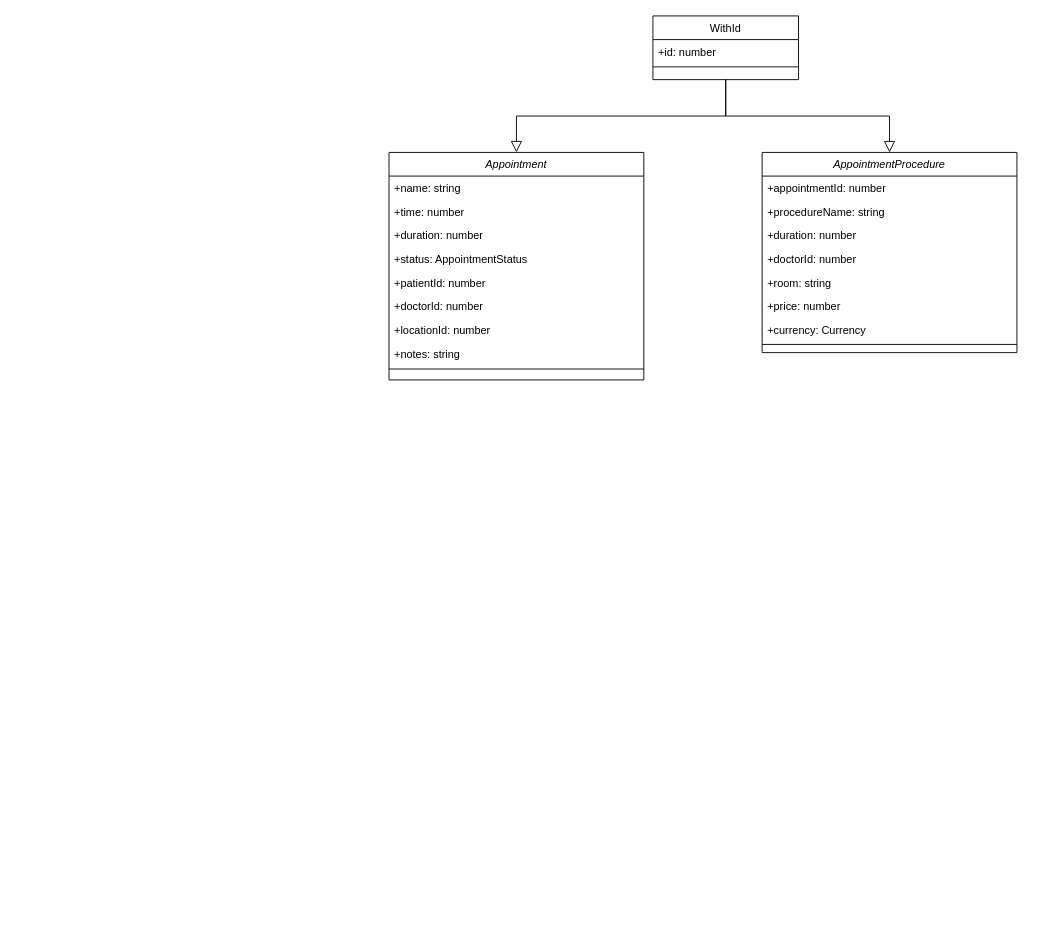
This is Untitled Diagram.drawio from arturyumaev/Bachelor-Diploma-Docs, a draw.io file, before an edit. Source tidied: cells renumbered, new cells numbered last; positions are measured from the earlier drawing's top-left corner, leaving out a move shared by most shapes. Both pictures are drawn from the tidied source at 91%, with x=0, y=0 at pixel (389, 15).
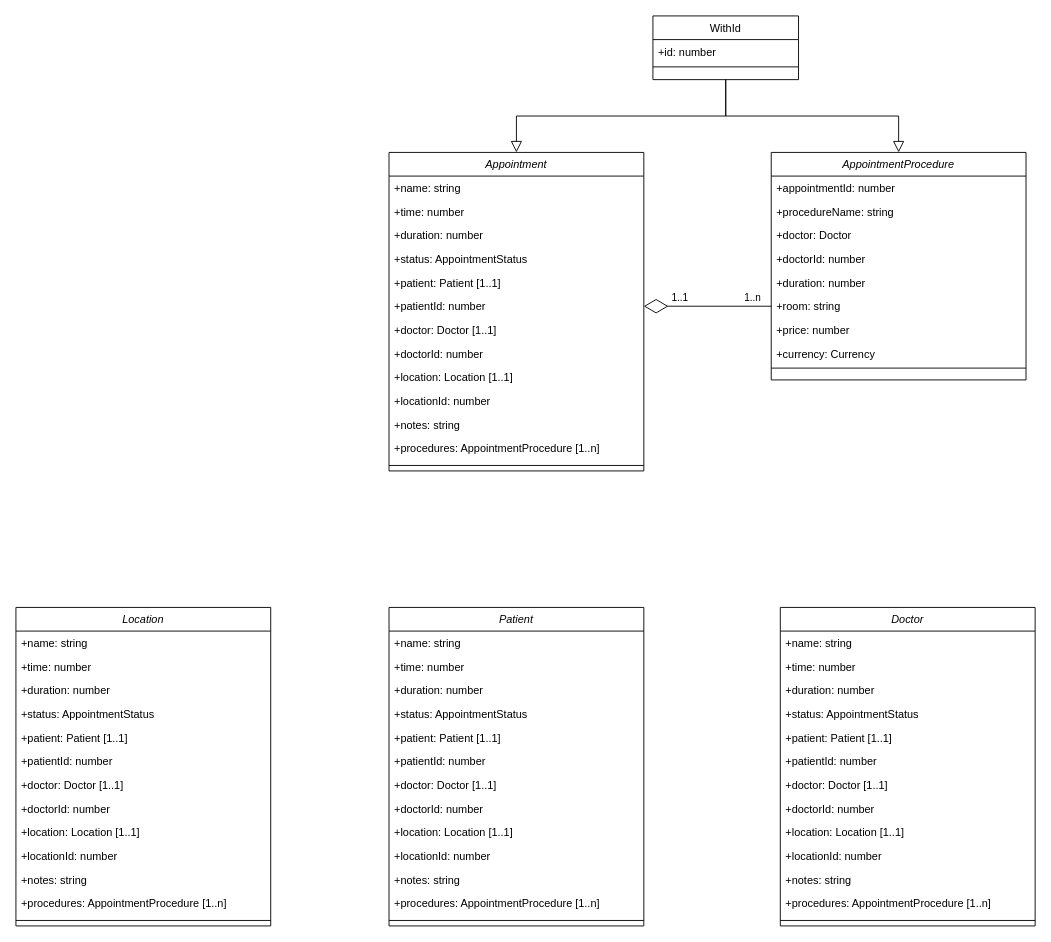
The same page after the edit.

What changed in the source:
```diff
@@
     <mxCell id="2" value="Appointment" style="swimlane;fontStyle=2;align=center;verticalAlign=top;horizontal=1;startSize=26;rounded=0;shadow=0;strokeWidth=1;" parent="1" vertex="1">
-      <mxGeometry y="150" width="280" height="250" as="geometry" />
+      <mxGeometry y="150" width="280" height="350" as="geometry" />
     </mxCell>
@@
+    <mxCell id="26" value="+patient: Patient [1..1]" style="text;align=left;verticalAlign=top;spacingLeft=4;spacingRight=4;overflow=hidden;rounded=0;shadow=0;html=0;" parent="2" vertex="1">
+      <mxGeometry y="130" width="280" height="26" as="geometry" />
+    </mxCell>
     <mxCell id="7" value="+patientId: number" style="text;align=left;verticalAlign=top;spacingLeft=4;spacingRight=4;overflow=hidden;points=[[0,0.5],[1,0.5]];portConstraint=eastwest;rounded=0;shadow=0;html=0;" parent="2" vertex="1">
-      <mxGeometry y="130" width="280" height="26" as="geometry" />
+      <mxGeometry y="156" width="280" height="26" as="geometry" />
     </mxCell>
-    <mxCell id="8" value="+doctorId: number" style="text;align=left;verticalAlign=top;spacingLeft=4;spacingRight=4;overflow=hidden;rounded=0;shadow=0;html=0;" parent="2" vertex="1">
-      <mxGeometry y="156" width="280" height="26" as="geometry" />
+    <mxCell id="8" value="+doctor: Doctor [1..1]" style="text;align=left;verticalAlign=top;spacingLeft=4;spacingRight=4;overflow=hidden;rounded=0;shadow=0;html=0;" parent="2" vertex="1">
+      <mxGeometry y="182" width="280" height="26" as="geometry" />
     </mxCell>
+    <mxCell id="27" value="+doctorId: number" style="text;align=left;verticalAlign=top;spacingLeft=4;spacingRight=4;overflow=hidden;rounded=0;shadow=0;html=0;" parent="2" vertex="1">
+      <mxGeometry y="208" width="280" height="26" as="geometry" />
+    </mxCell>
+    <mxCell id="28" value="+location: Location [1..1]" style="text;align=left;verticalAlign=top;spacingLeft=4;spacingRight=4;overflow=hidden;rounded=0;shadow=0;html=0;" parent="2" vertex="1">
+      <mxGeometry y="234" width="280" height="26" as="geometry" />
+    </mxCell>
     <mxCell id="9" value="+locationId: number" style="text;align=left;verticalAlign=top;spacingLeft=4;spacingRight=4;overflow=hidden;rounded=0;shadow=0;html=0;" parent="2" vertex="1">
-      <mxGeometry y="182" width="280" height="26" as="geometry" />
+      <mxGeometry y="260" width="280" height="26" as="geometry" />
     </mxCell>
     <mxCell id="10" value="+notes: string" style="text;align=left;verticalAlign=top;spacingLeft=4;spacingRight=4;overflow=hidden;rounded=0;shadow=0;html=0;" parent="2" vertex="1">
-      <mxGeometry y="208" width="280" height="26" as="geometry" />
+      <mxGeometry y="286" width="280" height="26" as="geometry" />
     </mxCell>
+    <mxCell id="29" value="+procedures: AppointmentProcedure [1..n]" style="text;align=left;verticalAlign=top;spacingLeft=4;spacingRight=4;overflow=hidden;rounded=0;shadow=0;html=0;" parent="2" vertex="1">
+      <mxGeometry y="312" width="280" height="26" as="geometry" />
+    </mxCell>
     <mxCell id="11" style="line;html=1;strokeWidth=1;align=left;verticalAlign=middle;spacingTop=-1;spacingLeft=3;spacingRight=3;labelPosition=right;" parent="2" vertex="1">
-      <mxGeometry y="234" width="280" height="8" as="geometry" />
+      <mxGeometry y="338" width="280" height="12" as="geometry" />
     </mxCell>
@@
     <mxCell id="16" value="AppointmentProcedure" style="swimlane;fontStyle=2;align=center;verticalAlign=top;horizontal=1;startSize=26;rounded=0;shadow=0;strokeWidth=1;" parent="1" vertex="1">
-      <mxGeometry x="410" y="150" width="280" height="220" as="geometry" />
+      <mxGeometry x="420" y="150" width="280" height="250" as="geometry" />
     </mxCell>
@@
+    <mxCell id="30" value="+doctor: Doctor" style="text;align=left;verticalAlign=top;spacingLeft=4;spacingRight=4;overflow=hidden;rounded=0;shadow=0;html=0;" parent="16" vertex="1">
+      <mxGeometry y="78" width="280" height="26" as="geometry" />
+    </mxCell>
+    <mxCell id="20" value="+doctorId: number" style="text;align=left;verticalAlign=top;spacingLeft=4;spacingRight=4;overflow=hidden;rounded=0;shadow=0;html=0;" parent="16" vertex="1">
+      <mxGeometry y="104" width="280" height="26" as="geometry" />
+    </mxCell>
     <mxCell id="19" value="+duration: number" style="text;align=left;verticalAlign=top;spacingLeft=4;spacingRight=4;overflow=hidden;rounded=0;shadow=0;html=0;" parent="16" vertex="1">
-      <mxGeometry y="78" width="280" height="26" as="geometry" />
+      <mxGeometry y="130" width="280" height="26" as="geometry" />
     </mxCell>
-    <mxCell id="20" value="+doctorId: number" style="text;align=left;verticalAlign=top;spacingLeft=4;spacingRight=4;overflow=hidden;rounded=0;shadow=0;html=0;" parent="16" vertex="1">
-      <mxGeometry y="104" width="280" height="26" as="geometry" />
-    </mxCell>
     <mxCell id="21" value="+room: string" style="text;align=left;verticalAlign=top;spacingLeft=4;spacingRight=4;overflow=hidden;points=[[0,0.5],[1,0.5]];portConstraint=eastwest;rounded=0;shadow=0;html=0;" parent="16" vertex="1">
-      <mxGeometry y="130" width="280" height="26" as="geometry" />
+      <mxGeometry y="156" width="280" height="26" as="geometry" />
     </mxCell>
     <mxCell id="22" value="+price: number" style="text;align=left;verticalAlign=top;spacingLeft=4;spacingRight=4;overflow=hidden;rounded=0;shadow=0;html=0;" parent="16" vertex="1">
-      <mxGeometry y="156" width="280" height="26" as="geometry" />
+      <mxGeometry y="182" width="280" height="26" as="geometry" />
     </mxCell>
     <mxCell id="23" value="+currency: Currency" style="text;align=left;verticalAlign=top;spacingLeft=4;spacingRight=4;overflow=hidden;rounded=0;shadow=0;html=0;" parent="16" vertex="1">
-      <mxGeometry y="182" width="280" height="26" as="geometry" />
+      <mxGeometry y="208" width="280" height="26" as="geometry" />
     </mxCell>
     <mxCell id="24" style="line;html=1;strokeWidth=1;align=left;verticalAlign=middle;spacingTop=-1;spacingLeft=3;spacingRight=3;labelPosition=right;" parent="16" vertex="1">
-      <mxGeometry y="208" width="280" height="6" as="geometry" />
+      <mxGeometry y="234" width="280" height="6" as="geometry" />
     </mxCell>
@@
+    <mxCell id="31" style="endArrow=diamondThin;endFill=0;endSize=24;html=1;strokeColor=#000000;strokeWidth=1;fontSize=11;exitX=0;exitY=0.5;exitDx=0;exitDy=0;entryX=1;entryY=0.5;entryDx=0;entryDy=0;" parent="1" edge="1" source="21" target="7">
+      <mxGeometry relative="1" as="geometry" />
+    </mxCell>
+    <mxCell id="32" value="1..1" style="text;html=1;strokeColor=none;fillColor=none;align=center;verticalAlign=middle;whiteSpace=wrap;rounded=0;fontSize=11;" parent="1" vertex="1">
+      <mxGeometry x="300" y="300" width="40" height="20" as="geometry" />
+    </mxCell>
+    <mxCell id="33" value="1..n" style="text;html=1;strokeColor=none;fillColor=none;align=center;verticalAlign=middle;whiteSpace=wrap;rounded=0;fontSize=11;" parent="1" vertex="1">
+      <mxGeometry x="380" y="300" width="40" height="20" as="geometry" />
+    </mxCell>
+    <mxCell id="34" value="Patient" style="swimlane;fontStyle=2;align=center;verticalAlign=top;horizontal=1;startSize=26;rounded=0;shadow=0;strokeWidth=1;" parent="1" vertex="1">
+      <mxGeometry y="650" width="280" height="350" as="geometry" />
+    </mxCell>
+    <mxCell id="35" value="+name: string" style="text;align=left;verticalAlign=top;spacingLeft=4;spacingRight=4;overflow=hidden;" parent="34" vertex="1">
+      <mxGeometry y="26" width="280" height="26" as="geometry" />
+    </mxCell>
+    <mxCell id="36" value="+time: number" style="text;align=left;verticalAlign=top;spacingLeft=4;spacingRight=4;overflow=hidden;rounded=0;shadow=0;html=0;" parent="34" vertex="1">
+      <mxGeometry y="52" width="280" height="26" as="geometry" />
+    </mxCell>
+    <mxCell id="37" value="+duration: number" style="text;align=left;verticalAlign=top;spacingLeft=4;spacingRight=4;overflow=hidden;rounded=0;shadow=0;html=0;" parent="34" vertex="1">
+      <mxGeometry y="78" width="280" height="26" as="geometry" />
+    </mxCell>
+    <mxCell id="38" value="+status: AppointmentStatus" style="text;align=left;verticalAlign=top;spacingLeft=4;spacingRight=4;overflow=hidden;rounded=0;shadow=0;html=0;" parent="34" vertex="1">
+      <mxGeometry y="104" width="280" height="26" as="geometry" />
+    </mxCell>
+    <mxCell id="39" value="+patient: Patient [1..1]" style="text;align=left;verticalAlign=top;spacingLeft=4;spacingRight=4;overflow=hidden;rounded=0;shadow=0;html=0;" parent="34" vertex="1">
+      <mxGeometry y="130" width="280" height="26" as="geometry" />
+    </mxCell>
+    <mxCell id="40" value="+patientId: number" style="text;align=left;verticalAlign=top;spacingLeft=4;spacingRight=4;overflow=hidden;rounded=0;shadow=0;html=0;" parent="34" vertex="1">
+      <mxGeometry y="156" width="280" height="26" as="geometry" />
+    </mxCell>
+    <mxCell id="41" value="+doctor: Doctor [1..1]" style="text;align=left;verticalAlign=top;spacingLeft=4;spacingRight=4;overflow=hidden;rounded=0;shadow=0;html=0;" parent="34" vertex="1">
+      <mxGeometry y="182" width="280" height="26" as="geometry" />
+    </mxCell>
+    <mxCell id="42" value="+doctorId: number" style="text;align=left;verticalAlign=top;spacingLeft=4;spacingRight=4;overflow=hidden;rounded=0;shadow=0;html=0;" parent="34" vertex="1">
+      <mxGeometry y="208" width="280" height="26" as="geometry" />
+    </mxCell>
+    <mxCell id="43" value="+location: Location [1..1]" style="text;align=left;verticalAlign=top;spacingLeft=4;spacingRight=4;overflow=hidden;rounded=0;shadow=0;html=0;" parent="34" vertex="1">
+      <mxGeometry y="234" width="280" height="26" as="geometry" />
+    </mxCell>
+    <mxCell id="44" value="+locationId: number" style="text;align=left;verticalAlign=top;spacingLeft=4;spacingRight=4;overflow=hidden;rounded=0;shadow=0;html=0;" parent="34" vertex="1">
+      <mxGeometry y="260" width="280" height="26" as="geometry" />
+    </mxCell>
+    <mxCell id="45" value="+notes: string" style="text;align=left;verticalAlign=top;spacingLeft=4;spacingRight=4;overflow=hidden;rounded=0;shadow=0;html=0;" parent="34" vertex="1">
+      <mxGeometry y="286" width="280" height="26" as="geometry" />
+    </mxCell>
+    <mxCell id="46" value="+procedures: AppointmentProcedure [1..n]" style="text;align=left;verticalAlign=top;spacingLeft=4;spacingRight=4;overflow=hidden;rounded=0;shadow=0;html=0;" parent="34" vertex="1">
+      <mxGeometry y="312" width="280" height="26" as="geometry" />
+    </mxCell>
+    <mxCell id="47" style="line;html=1;strokeWidth=1;align=left;verticalAlign=middle;spacingTop=-1;spacingLeft=3;spacingRight=3;labelPosition=right;" parent="34" vertex="1">
+      <mxGeometry y="338" width="280" height="12" as="geometry" />
+    </mxCell>
+    <mxCell id="48" value="Doctor" style="swimlane;fontStyle=2;align=center;verticalAlign=top;horizontal=1;startSize=26;rounded=0;shadow=0;strokeWidth=1;" parent="1" vertex="1">
+      <mxGeometry x="430" y="650" width="280" height="350" as="geometry" />
+    </mxCell>
+    <mxCell id="49" value="+name: string" style="text;align=left;verticalAlign=top;spacingLeft=4;spacingRight=4;overflow=hidden;" parent="48" vertex="1">
+      <mxGeometry y="26" width="280" height="26" as="geometry" />
+    </mxCell>
+    <mxCell id="50" value="+time: number" style="text;align=left;verticalAlign=top;spacingLeft=4;spacingRight=4;overflow=hidden;rounded=0;shadow=0;html=0;" parent="48" vertex="1">
+      <mxGeometry y="52" width="280" height="26" as="geometry" />
+    </mxCell>
+    <mxCell id="51" value="+duration: number" style="text;align=left;verticalAlign=top;spacingLeft=4;spacingRight=4;overflow=hidden;rounded=0;shadow=0;html=0;" parent="48" vertex="1">
+      <mxGeometry y="78" width="280" height="26" as="geometry" />
+    </mxCell>
+    <mxCell id="52" value="+status: AppointmentStatus" style="text;align=left;verticalAlign=top;spacingLeft=4;spacingRight=4;overflow=hidden;rounded=0;shadow=0;html=0;" parent="48" vertex="1">
+      <mxGeometry y="104" width="280" height="26" as="geometry" />
+    </mxCell>
+    <mxCell id="53" value="+patient: Patient [1..1]" style="text;align=left;verticalAlign=top;spacingLeft=4;spacingRight=4;overflow=hidden;rounded=0;shadow=0;html=0;" parent="48" vertex="1">
+      <mxGeometry y="130" width="280" height="26" as="geometry" />
+    </mxCell>
+    <mxCell id="54" value="+patientId: number" style="text;align=left;verticalAlign=top;spacingLeft=4;spacingRight=4;overflow=hidden;rounded=0;shadow=0;html=0;" parent="48" vertex="1">
+      <mxGeometry y="156" width="280" height="26" as="geometry" />
+    </mxCell>
+    <mxCell id="55" value="+doctor: Doctor [1..1]" style="text;align=left;verticalAlign=top;spacingLeft=4;spacingRight=4;overflow=hidden;rounded=0;shadow=0;html=0;" parent="48" vertex="1">
+      <mxGeometry y="182" width="280" height="26" as="geometry" />
+    </mxCell>
+    <mxCell id="56" value="+doctorId: number" style="text;align=left;verticalAlign=top;spacingLeft=4;spacingRight=4;overflow=hidden;rounded=0;shadow=0;html=0;" parent="48" vertex="1">
+      <mxGeometry y="208" width="280" height="26" as="geometry" />
+    </mxCell>
+    <mxCell id="57" value="+location: Location [1..1]" style="text;align=left;verticalAlign=top;spacingLeft=4;spacingRight=4;overflow=hidden;rounded=0;shadow=0;html=0;" parent="48" vertex="1">
+      <mxGeometry y="234" width="280" height="26" as="geometry" />
+    </mxCell>
+    <mxCell id="58" value="+locationId: number" style="text;align=left;verticalAlign=top;spacingLeft=4;spacingRight=4;overflow=hidden;rounded=0;shadow=0;html=0;" parent="48" vertex="1">
+      <mxGeometry y="260" width="280" height="26" as="geometry" />
+    </mxCell>
+    <mxCell id="59" value="+notes: string" style="text;align=left;verticalAlign=top;spacingLeft=4;spacingRight=4;overflow=hidden;rounded=0;shadow=0;html=0;" parent="48" vertex="1">
+      <mxGeometry y="286" width="280" height="26" as="geometry" />
+    </mxCell>
+    <mxCell id="60" value="+procedures: AppointmentProcedure [1..n]" style="text;align=left;verticalAlign=top;spacingLeft=4;spacingRight=4;overflow=hidden;rounded=0;shadow=0;html=0;" parent="48" vertex="1">
+      <mxGeometry y="312" width="280" height="26" as="geometry" />
+    </mxCell>
+    <mxCell id="61" style="line;html=1;strokeWidth=1;align=left;verticalAlign=middle;spacingTop=-1;spacingLeft=3;spacingRight=3;labelPosition=right;" parent="48" vertex="1">
+      <mxGeometry y="338" width="280" height="12" as="geometry" />
+    </mxCell>
+    <mxCell id="62" value="Location" style="swimlane;fontStyle=2;align=center;verticalAlign=top;horizontal=1;startSize=26;rounded=0;shadow=0;strokeWidth=1;" parent="1" vertex="1">
+      <mxGeometry x="-410" y="650" width="280" height="350" as="geometry" />
+    </mxCell>
+    <mxCell id="63" value="+name: string" style="text;align=left;verticalAlign=top;spacingLeft=4;spacingRight=4;overflow=hidden;" parent="62" vertex="1">
+      <mxGeometry y="26" width="280" height="26" as="geometry" />
+    </mxCell>
+    <mxCell id="64" value="+time: number" style="text;align=left;verticalAlign=top;spacingLeft=4;spacingRight=4;overflow=hidden;rounded=0;shadow=0;html=0;" parent="62" vertex="1">
+      <mxGeometry y="52" width="280" height="26" as="geometry" />
+    </mxCell>
+    <mxCell id="65" value="+duration: number" style="text;align=left;verticalAlign=top;spacingLeft=4;spacingRight=4;overflow=hidden;rounded=0;shadow=0;html=0;" parent="62" vertex="1">
+      <mxGeometry y="78" width="280" height="26" as="geometry" />
+    </mxCell>
+    <mxCell id="66" value="+status: AppointmentStatus" style="text;align=left;verticalAlign=top;spacingLeft=4;spacingRight=4;overflow=hidden;rounded=0;shadow=0;html=0;" parent="62" vertex="1">
+      <mxGeometry y="104" width="280" height="26" as="geometry" />
+    </mxCell>
+    <mxCell id="67" value="+patient: Patient [1..1]" style="text;align=left;verticalAlign=top;spacingLeft=4;spacingRight=4;overflow=hidden;rounded=0;shadow=0;html=0;" parent="62" vertex="1">
+      <mxGeometry y="130" width="280" height="26" as="geometry" />
+    </mxCell>
+    <mxCell id="68" value="+patientId: number" style="text;align=left;verticalAlign=top;spacingLeft=4;spacingRight=4;overflow=hidden;rounded=0;shadow=0;html=0;" parent="62" vertex="1">
+      <mxGeometry y="156" width="280" height="26" as="geometry" />
+    </mxCell>
+    <mxCell id="69" value="+doctor: Doctor [1..1]" style="text;align=left;verticalAlign=top;spacingLeft=4;spacingRight=4;overflow=hidden;rounded=0;shadow=0;html=0;" parent="62" vertex="1">
+      <mxGeometry y="182" width="280" height="26" as="geometry" />
+    </mxCell>
+    <mxCell id="70" value="+doctorId: number" style="text;align=left;verticalAlign=top;spacingLeft=4;spacingRight=4;overflow=hidden;rounded=0;shadow=0;html=0;" parent="62" vertex="1">
+      <mxGeometry y="208" width="280" height="26" as="geometry" />
+    </mxCell>
+    <mxCell id="71" value="+location: Location [1..1]" style="text;align=left;verticalAlign=top;spacingLeft=4;spacingRight=4;overflow=hidden;rounded=0;shadow=0;html=0;" parent="62" vertex="1">
+      <mxGeometry y="234" width="280" height="26" as="geometry" />
+    </mxCell>
+    <mxCell id="72" value="+locationId: number" style="text;align=left;verticalAlign=top;spacingLeft=4;spacingRight=4;overflow=hidden;rounded=0;shadow=0;html=0;" parent="62" vertex="1">
+      <mxGeometry y="260" width="280" height="26" as="geometry" />
+    </mxCell>
+    <mxCell id="73" value="+notes: string" style="text;align=left;verticalAlign=top;spacingLeft=4;spacingRight=4;overflow=hidden;rounded=0;shadow=0;html=0;" parent="62" vertex="1">
+      <mxGeometry y="286" width="280" height="26" as="geometry" />
+    </mxCell>
+    <mxCell id="74" value="+procedures: AppointmentProcedure [1..n]" style="text;align=left;verticalAlign=top;spacingLeft=4;spacingRight=4;overflow=hidden;rounded=0;shadow=0;html=0;" parent="62" vertex="1">
+      <mxGeometry y="312" width="280" height="26" as="geometry" />
+    </mxCell>
+    <mxCell id="75" style="line;html=1;strokeWidth=1;align=left;verticalAlign=middle;spacingTop=-1;spacingLeft=3;spacingRight=3;labelPosition=right;" parent="62" vertex="1">
+      <mxGeometry y="338" width="280" height="12" as="geometry" />
+    </mxCell>
```
